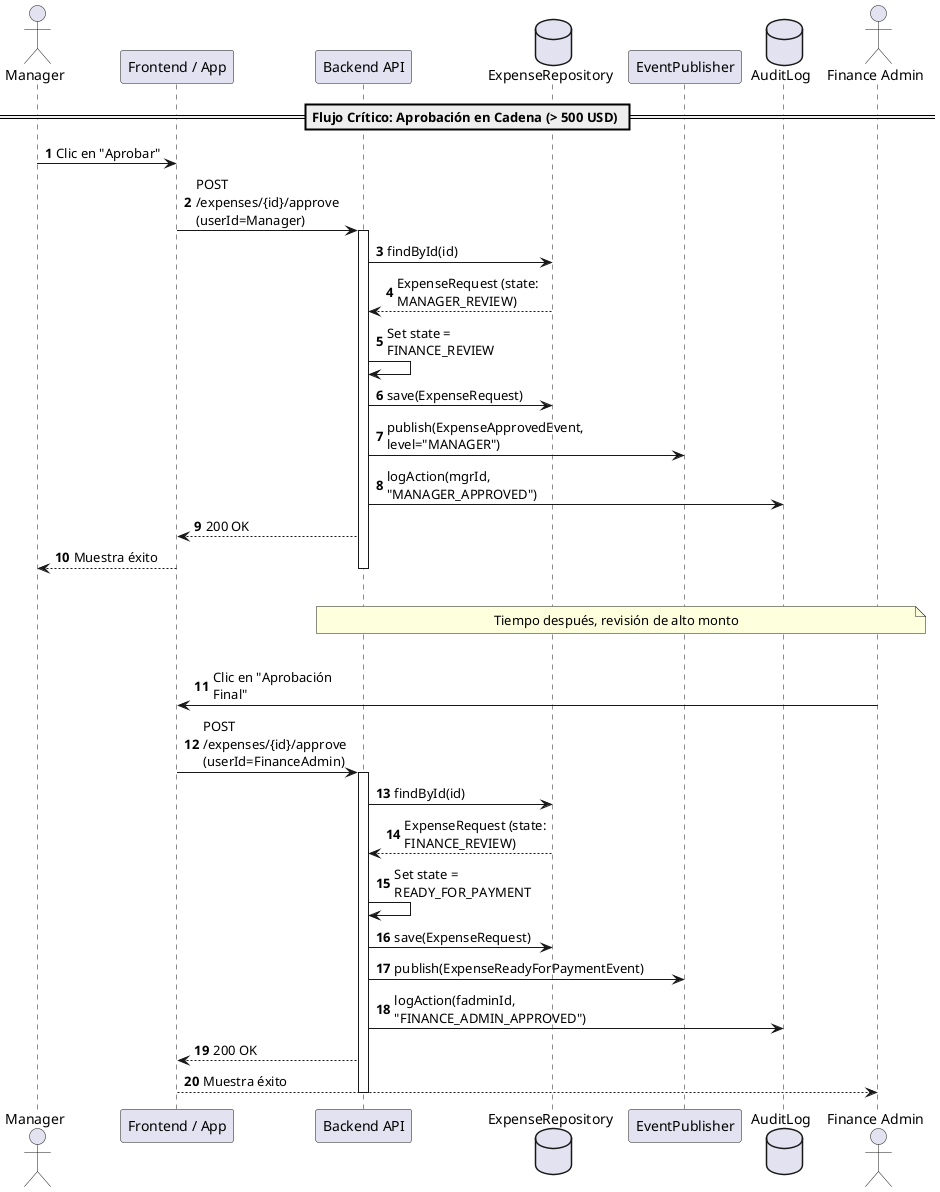
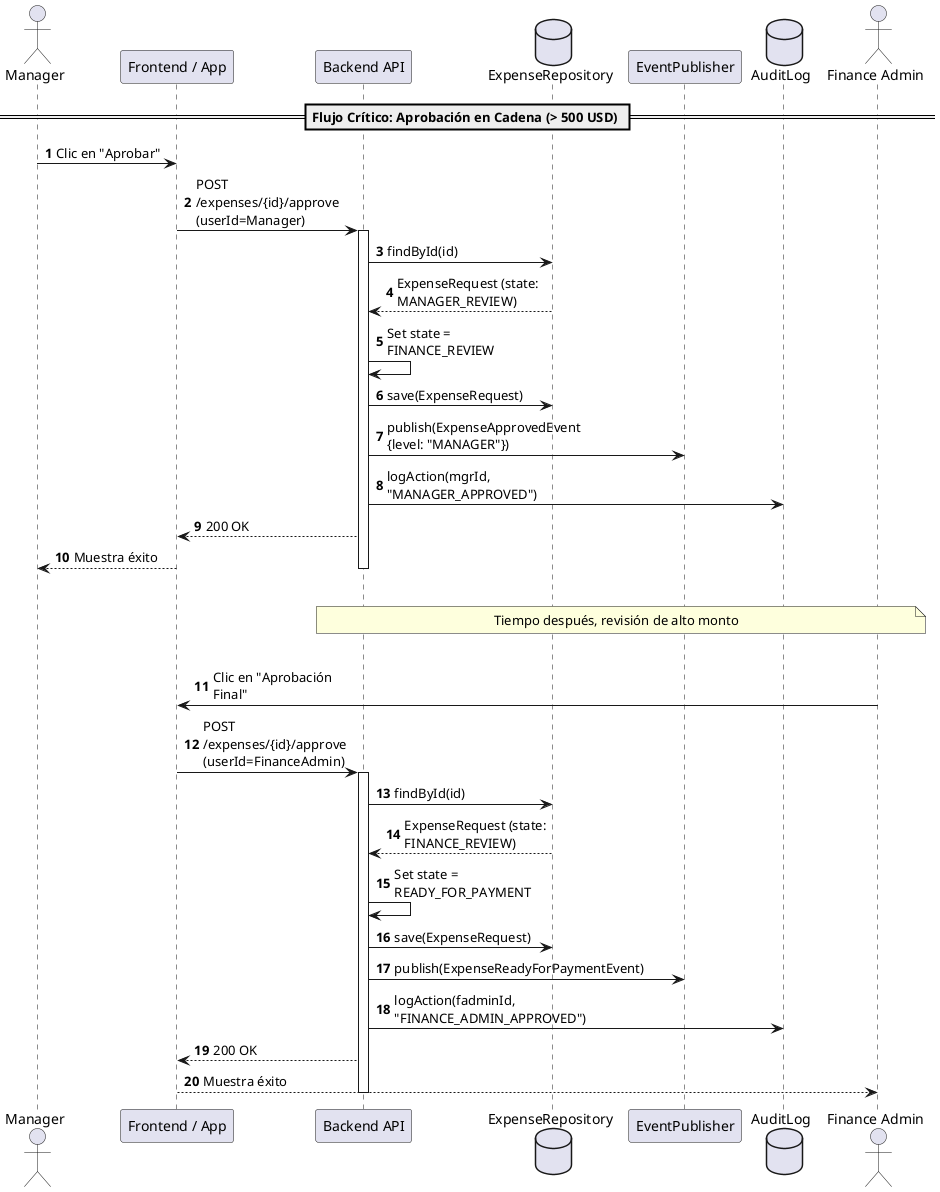
@startuml
skinparam maxMessageSize 150
autonumber

actor "Manager" as mgr
participant "Frontend / App" as app
participant "Backend API" as api
database "ExpenseRepository" as repo
participant "EventPublisher" as pub
database "AuditLog" as audit
actor "Finance Admin" as fadmin

== Flujo Crítico: Aprobación en Cadena (> 500 USD) ==

mgr -> app: Clic en "Aprobar"
app -> api: POST /expenses/{id}/approve (userId=Manager)
activate api

api -> repo: findById(id)
repo --> api: ExpenseRequest (state: MANAGER_REVIEW)

api -> api: Set state = FINANCE_REVIEW
api -> repo: save(ExpenseRequest)
- api -> pub: publish(ExpenseApprovedEvent, level="MANAGER")
+ api -> pub: publish(ExpenseApprovedEvent {level: "MANAGER"})
api -> audit: logAction(mgrId, "MANAGER_APPROVED")

api --> app: 200 OK
app --> mgr: Muestra éxito
deactivate api

|||
note over fadmin, api: Tiempo después, revisión de alto monto
|||

fadmin -> app: Clic en "Aprobación Final"
app -> api: POST /expenses/{id}/approve (userId=FinanceAdmin)
activate api

api -> repo: findById(id)
repo --> api: ExpenseRequest (state: FINANCE_REVIEW)

api -> api: Set state = READY_FOR_PAYMENT
api -> repo: save(ExpenseRequest)
api -> pub: publish(ExpenseReadyForPaymentEvent)
api -> audit: logAction(fadminId, "FINANCE_ADMIN_APPROVED")

api --> app: 200 OK
app --> fadmin: Muestra éxito
deactivate api

@enduml